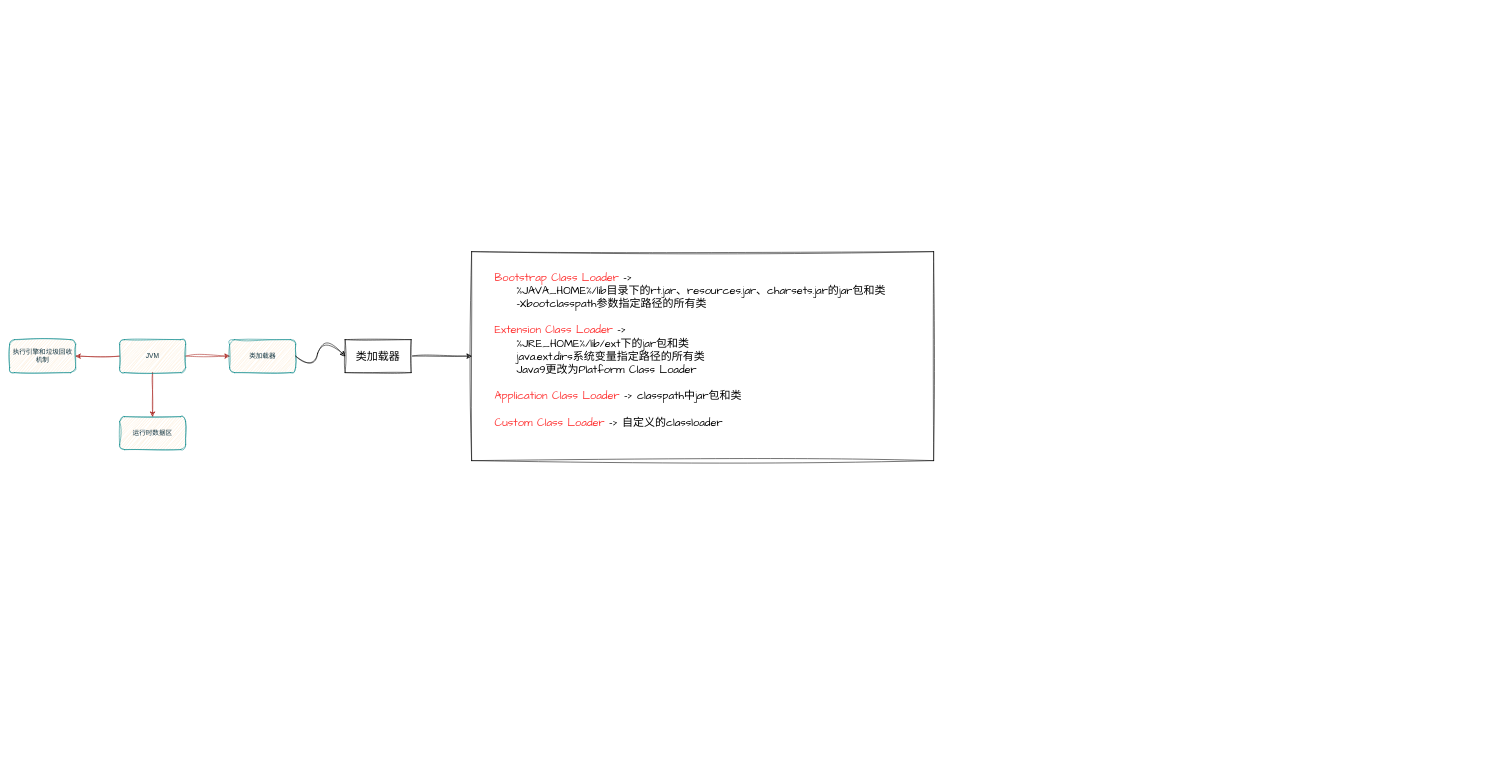
The draw.io diagram 10.JVM/JVM.drawio in 3anLouYouGu1/JavaReview, before the edit. Source tidied: cells renumbered, new cells numbered last; positions are measured from the earlier drawing's top-left corner, leaving out a move shared by most shapes. Both pictures are drawn from the tidied source at 55%, with x=0, y=0 at pixel (9, 251).
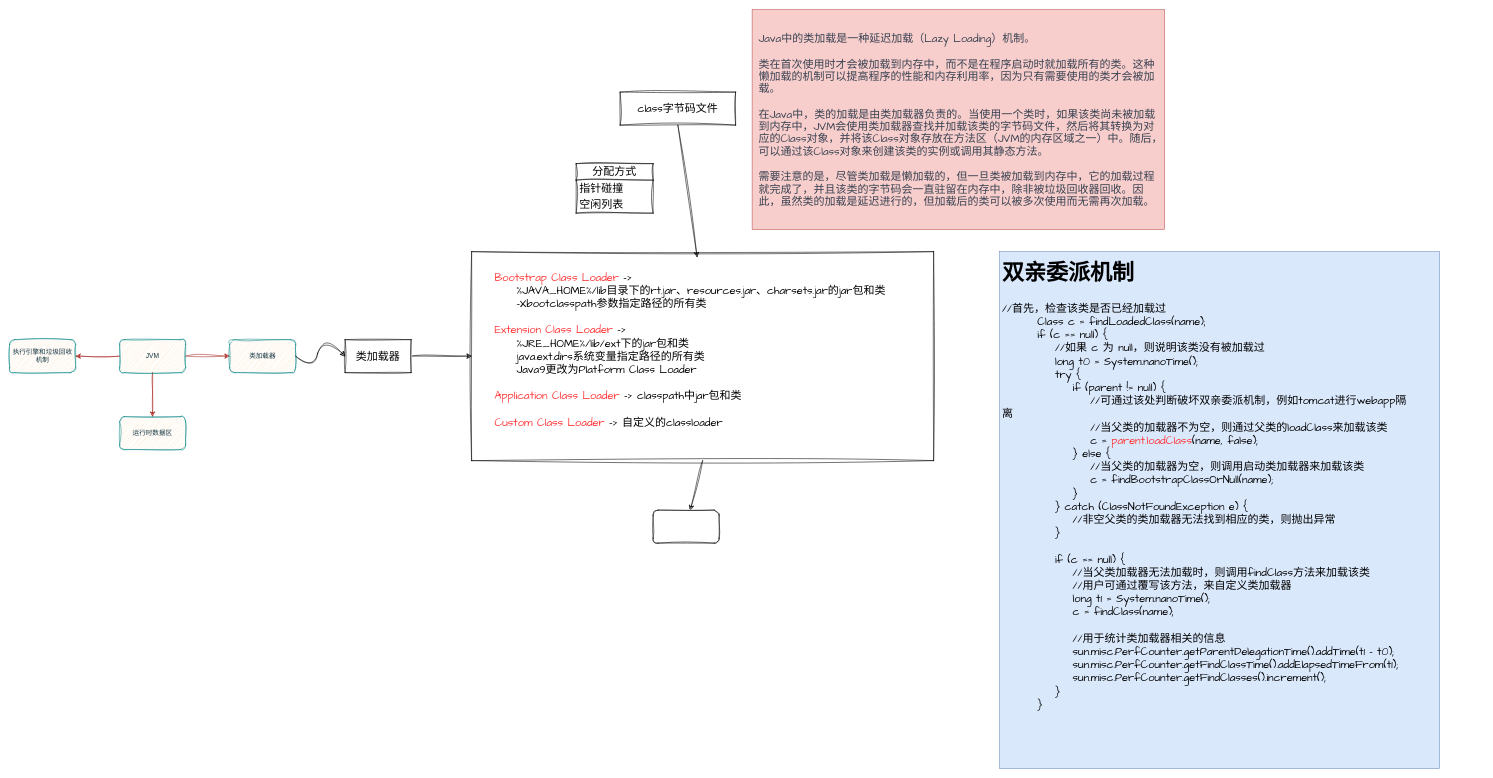
The same page after the edit.

Unchanged cells that the change refers to:
```xml
<mxCell id="12" value="&lt;blockquote style=&quot;margin: 0 0 0 40px; border: none; padding: 0px;&quot;&gt;&lt;font&gt;&lt;div style=&quot;&quot;&gt;&lt;span style=&quot;background-color: initial;&quot;&gt;&lt;font color=&quot;#ff3333&quot;&gt;Bootstrap Class Loader&lt;/font&gt; -&amp;gt;&amp;nbsp;&amp;nbsp;&lt;/span&gt;&lt;/div&gt;&lt;/font&gt;&lt;blockquote style=&quot;margin: 0 0 0 40px; border: none; padding: 0px;&quot;&gt;&lt;font&gt;&lt;div style=&quot;&quot;&gt;%JAVA_HOME%/lib目录下的rt.jar、resources.jar、charsets.jar的jar包和类&lt;/div&gt;&lt;/font&gt;&lt;/blockquote&gt;&lt;blockquote style=&quot;margin: 0 0 0 40px; border: none; padding: 0px;&quot;&gt;&lt;span style=&quot;background-color: initial;&quot;&gt;-Xbootclasspath参数指定路径的所有类&lt;/span&gt;&lt;/blockquote&gt;&lt;font&gt;&lt;div&gt;&lt;br&gt;&lt;/div&gt;&lt;/font&gt;&lt;font&gt;&lt;div&gt;&lt;font color=&quot;#ff3333&quot;&gt;Extension Class Loader &lt;/font&gt;-&amp;gt;&amp;nbsp;&lt;/div&gt;&lt;/font&gt;&lt;blockquote style=&quot;margin: 0 0 0 40px; border: none; padding: 0px;&quot;&gt;&lt;font&gt;&lt;div&gt;%JRE_HOME%/lib/ext下的jar包和类&lt;/div&gt;&lt;/font&gt;&lt;/blockquote&gt;&lt;blockquote style=&quot;margin: 0 0 0 40px; border: none; padding: 0px;&quot;&gt;&lt;font&gt;&lt;div&gt;java.ext.dirs系统变量指定路径的所有类&lt;/div&gt;&lt;/font&gt;&lt;/blockquote&gt;&lt;blockquote style=&quot;margin: 0 0 0 40px; border: none; padding: 0px;&quot;&gt;&lt;font&gt;&lt;div&gt;Java9更改为Platform Class Loader&lt;/div&gt;&lt;/font&gt;&lt;/blockquote&gt;&lt;font&gt;&lt;div&gt;&lt;br&gt;&lt;/div&gt;&lt;/font&gt;&lt;font&gt;&lt;div&gt;&lt;font color=&quot;#ff3333&quot;&gt;Application Class Loader &lt;/font&gt;-&amp;gt;&amp;nbsp;&lt;span style=&quot;background-color: initial;&quot;&gt;classpath中jar包和类&lt;/span&gt;&lt;/div&gt;&lt;/font&gt;&lt;font&gt;&lt;div&gt;&lt;br&gt;&lt;/div&gt;&lt;/font&gt;&lt;font&gt;&lt;div&gt;&lt;font color=&quot;#ff3333&quot;&gt;Custom Class Loader&lt;/font&gt; -&amp;gt; 自定义的classloader&lt;/div&gt;&lt;/font&gt;&lt;/blockquote&gt;&lt;font&gt;&lt;div&gt;&lt;br&gt;&lt;/div&gt;&lt;/font&gt;" style="whiteSpace=wrap;html=1;fontSize=20;fontFamily=Comic Sans MS;rounded=0;sketch=1;hachureGap=4;jiggle=2;curveFitting=1;align=left;" parent="1" vertex="1">
  <mxGeometry x="840" width="840" height="380" as="geometry" />
</mxCell>
```

Change to the diagram source:
```diff
@@
+    <mxCell id="13" value="class字节码文件" style="rounded=0;whiteSpace=wrap;html=1;sketch=1;hachureGap=4;jiggle=2;curveFitting=1;fontFamily=Comic Sans MS;fontSize=20;" parent="1" vertex="1">
+      <mxGeometry x="1110" y="-290" width="210" height="60" as="geometry" />
+    </mxCell>
+    <mxCell id="14" style="endArrow=classic;html=1;rounded=0;sketch=1;hachureGap=4;jiggle=2;curveFitting=1;fontFamily=Architects Daughter;fontSize=16;exitX=0.5;exitY=1;exitDx=0;exitDy=0;" parent="1" edge="1" source="13">
+      <mxGeometry relative="1" as="geometry">
+        <mxPoint x="1250" y="10" as="targetPoint" />
+      </mxGeometry>
+    </mxCell>
+    <mxCell id="15" value="&lt;p style=&quot;border: 0px solid rgb(217, 217, 227); box-sizing: border-box; --tw-border-spacing-x: 0; --tw-border-spacing-y: 0; --tw-translate-x: 0; --tw-translate-y: 0; --tw-rotate: 0; --tw-skew-x: 0; --tw-skew-y: 0; --tw-scale-x: 1; --tw-scale-y: 1; --tw-pan-x: ; --tw-pan-y: ; --tw-pinch-zoom: ; --tw-scroll-snap-strictness: proximity; --tw-gradient-from-position: ; --tw-gradient-via-position: ; --tw-gradient-to-position: ; --tw-ordinal: ; --tw-slashed-zero: ; --tw-numeric-figure: ; --tw-numeric-spacing: ; --tw-numeric-fraction: ; --tw-ring-inset: ; --tw-ring-offset-width: 0px; --tw-ring-offset-color: #fff; --tw-ring-color: rgba(69,89,164,.5); --tw-ring-offset-shadow: 0 0 transparent; --tw-ring-shadow: 0 0 transparent; --tw-shadow: 0 0 transparent; --tw-shadow-colored: 0 0 transparent; --tw-blur: ; --tw-brightness: ; --tw-contrast: ; --tw-grayscale: ; --tw-hue-rotate: ; --tw-invert: ; --tw-saturate: ; --tw-sepia: ; --tw-drop-shadow: ; --tw-backdrop-blur: ; --tw-backdrop-brightness: ; --tw-backdrop-contrast: ; --tw-backdrop-grayscale: ; --tw-backdrop-hue-rotate: ; --tw-backdrop-invert: ; --tw-backdrop-opacity: ; --tw-backdrop-saturate: ; --tw-backdrop-sepia: ; margin: 0px 0px 1.25em; color: rgb(55, 65, 81); line-height: 120%;&quot;&gt;&lt;font style=&quot;font-size: 20px;&quot; face=&quot;Comic Sans MS&quot;&gt;Java中的类加载是一种延迟加载（Lazy Loading）机制。&lt;/font&gt;&lt;/p&gt;&lt;p style=&quot;border: 0px solid rgb(217, 217, 227); box-sizing: border-box; --tw-border-spacing-x: 0; --tw-border-spacing-y: 0; --tw-translate-x: 0; --tw-translate-y: 0; --tw-rotate: 0; --tw-skew-x: 0; --tw-skew-y: 0; --tw-scale-x: 1; --tw-scale-y: 1; --tw-pan-x: ; --tw-pan-y: ; --tw-pinch-zoom: ; --tw-scroll-snap-strictness: proximity; --tw-gradient-from-position: ; --tw-gradient-via-position: ; --tw-gradient-to-position: ; --tw-ordinal: ; --tw-slashed-zero: ; --tw-numeric-figure: ; --tw-numeric-spacing: ; --tw-numeric-fraction: ; --tw-ring-inset: ; --tw-ring-offset-width: 0px; --tw-ring-offset-color: #fff; --tw-ring-color: rgba(69,89,164,.5); --tw-ring-offset-shadow: 0 0 transparent; --tw-ring-shadow: 0 0 transparent; --tw-shadow: 0 0 transparent; --tw-shadow-colored: 0 0 transparent; --tw-blur: ; --tw-brightness: ; --tw-contrast: ; --tw-grayscale: ; --tw-hue-rotate: ; --tw-invert: ; --tw-saturate: ; --tw-sepia: ; --tw-drop-shadow: ; --tw-backdrop-blur: ; --tw-backdrop-brightness: ; --tw-backdrop-contrast: ; --tw-backdrop-grayscale: ; --tw-backdrop-hue-rotate: ; --tw-backdrop-invert: ; --tw-backdrop-opacity: ; --tw-backdrop-saturate: ; --tw-backdrop-sepia: ; margin: 0px 0px 1.25em; color: rgb(55, 65, 81); line-height: 110%;&quot;&gt;&lt;font style=&quot;font-size: 20px;&quot;&gt;&lt;span style=&quot;font-family: &amp;quot;Comic Sans MS&amp;quot;;&quot;&gt;类在首次使用时才会被加载到内存中，而不是在程序启动时就加载所有的类。&lt;/span&gt;&lt;span style=&quot;font-family: &amp;quot;Comic Sans MS&amp;quot;;&quot;&gt;这种懒加载的机制可以提高程序的性能和内存利用率，因为只有需要使用的类才会被加载。&lt;/span&gt;&lt;/font&gt;&lt;/p&gt;&lt;p style=&quot;border: 0px solid rgb(217, 217, 227); box-sizing: border-box; --tw-border-spacing-x: 0; --tw-border-spacing-y: 0; --tw-translate-x: 0; --tw-translate-y: 0; --tw-rotate: 0; --tw-skew-x: 0; --tw-skew-y: 0; --tw-scale-x: 1; --tw-scale-y: 1; --tw-pan-x: ; --tw-pan-y: ; --tw-pinch-zoom: ; --tw-scroll-snap-strictness: proximity; --tw-gradient-from-position: ; --tw-gradient-via-position: ; --tw-gradient-to-position: ; --tw-ordinal: ; --tw-slashed-zero: ; --tw-numeric-figure: ; --tw-numeric-spacing: ; --tw-numeric-fraction: ; --tw-ring-inset: ; --tw-ring-offset-width: 0px; --tw-ring-offset-color: #fff; --tw-ring-color: rgba(69,89,164,.5); --tw-ring-offset-shadow: 0 0 transparent; --tw-ring-shadow: 0 0 transparent; --tw-shadow: 0 0 transparent; --tw-shadow-colored: 0 0 transparent; --tw-blur: ; --tw-brightness: ; --tw-contrast: ; --tw-grayscale: ; --tw-hue-rotate: ; --tw-invert: ; --tw-saturate: ; --tw-sepia: ; --tw-drop-shadow: ; --tw-backdrop-blur: ; --tw-backdrop-brightness: ; --tw-backdrop-contrast: ; --tw-backdrop-grayscale: ; --tw-backdrop-hue-rotate: ; --tw-backdrop-invert: ; --tw-backdrop-opacity: ; --tw-backdrop-saturate: ; --tw-backdrop-sepia: ; margin: 1.25em 0px; color: rgb(55, 65, 81); line-height: 110%;&quot;&gt;&lt;font style=&quot;font-size: 20px;&quot; face=&quot;Comic Sans MS&quot;&gt;在Java中，类的加载是由类加载器负责的。当使用一个类时，如果该类尚未被加载到内存中，JVM会使用类加载器查找并加载该类的字节码文件，然后将其转换为对应的Class对象，并将该Class对象存放在方法区（JVM的内存区域之一）中。随后，可以通过该Class对象来创建该类的实例或调用其静态方法。&lt;/font&gt;&lt;/p&gt;&lt;p style=&quot;border: 0px solid rgb(217, 217, 227); box-sizing: border-box; --tw-border-spacing-x: 0; --tw-border-spacing-y: 0; --tw-translate-x: 0; --tw-translate-y: 0; --tw-rotate: 0; --tw-skew-x: 0; --tw-skew-y: 0; --tw-scale-x: 1; --tw-scale-y: 1; --tw-pan-x: ; --tw-pan-y: ; --tw-pinch-zoom: ; --tw-scroll-snap-strictness: proximity; --tw-gradient-from-position: ; --tw-gradient-via-position: ; --tw-gradient-to-position: ; --tw-ordinal: ; --tw-slashed-zero: ; --tw-numeric-figure: ; --tw-numeric-spacing: ; --tw-numeric-fraction: ; --tw-ring-inset: ; --tw-ring-offset-width: 0px; --tw-ring-offset-color: #fff; --tw-ring-color: rgba(69,89,164,.5); --tw-ring-offset-shadow: 0 0 transparent; --tw-ring-shadow: 0 0 transparent; --tw-shadow: 0 0 transparent; --tw-shadow-colored: 0 0 transparent; --tw-blur: ; --tw-brightness: ; --tw-contrast: ; --tw-grayscale: ; --tw-hue-rotate: ; --tw-invert: ; --tw-saturate: ; --tw-sepia: ; --tw-drop-shadow: ; --tw-backdrop-blur: ; --tw-backdrop-brightness: ; --tw-backdrop-contrast: ; --tw-backdrop-grayscale: ; --tw-backdrop-hue-rotate: ; --tw-backdrop-invert: ; --tw-backdrop-opacity: ; --tw-backdrop-saturate: ; --tw-backdrop-sepia: ; margin: 1.25em 0px 0px; color: rgb(55, 65, 81); line-height: 110%;&quot;&gt;&lt;font style=&quot;font-size: 20px;&quot; face=&quot;Comic Sans MS&quot;&gt;需要注意的是，尽管类加载是懒加载的，但一旦类被加载到内存中，它的加载过程就完成了，并且该类的字节码会一直驻留在内存中，除非被垃圾回收器回收。因此，虽然类的加载是延迟进行的，但加载后的类可以被多次使用而无需再次加载。&lt;/font&gt;&lt;/p&gt;" style="text;html=1;strokeColor=#b85450;fillColor=#f8cecc;align=left;verticalAlign=middle;whiteSpace=wrap;rounded=0;fontSize=20;fontFamily=Architects Daughter;spacingLeft=10;" parent="1" vertex="1">
+      <mxGeometry x="1350" y="-440" width="750" height="400" as="geometry" />
+    </mxCell>
+    <mxCell id="16" style="endArrow=classic;html=1;rounded=0;sketch=1;hachureGap=4;jiggle=2;curveFitting=1;fontFamily=Architects Daughter;fontSize=16;exitX=0.5;exitY=1;exitDx=0;exitDy=0;" parent="1" edge="1" source="12" target="17">
+      <mxGeometry relative="1" as="geometry" />
+    </mxCell>
+    <mxCell id="17" style="rounded=1;whiteSpace=wrap;html=1;sketch=1;hachureGap=4;jiggle=2;curveFitting=1;fontFamily=Architects Daughter;fontSize=20;" parent="1" vertex="1">
+      <mxGeometry x="1170" y="470" width="120" height="60" as="geometry" />
+    </mxCell>
+    <mxCell id="18" value="&lt;div style=&quot;text-align: justify;&quot;&gt;&lt;br&gt;&lt;/div&gt;" style="text;html=1;strokeColor=none;fillColor=none;align=center;verticalAlign=middle;whiteSpace=wrap;rounded=0;fontSize=20;fontFamily=Architects Daughter;" parent="1" vertex="1">
+      <mxGeometry x="1690" y="114" width="990" height="820" as="geometry" />
+    </mxCell>
+    <mxCell id="19" value="&lt;h1&gt;双亲委派机制&lt;/h1&gt;&lt;div style=&quot;border-color: var(--border-color);&quot;&gt;&lt;font style=&quot;border-color: var(--border-color);&quot; face=&quot;Comic Sans MS&quot;&gt;//首先，检查该类是否已经加载过&lt;/font&gt;&lt;/div&gt;&lt;div style=&quot;border-color: var(--border-color);&quot;&gt;&lt;font style=&quot;border-color: var(--border-color);&quot; face=&quot;Comic Sans MS&quot;&gt;&amp;nbsp; &amp;nbsp; &amp;nbsp; &amp;nbsp; Class c = findLoadedClass(name);&lt;/font&gt;&lt;/div&gt;&lt;div style=&quot;border-color: var(--border-color);&quot;&gt;&lt;font style=&quot;border-color: var(--border-color);&quot; face=&quot;Comic Sans MS&quot;&gt;&amp;nbsp; &amp;nbsp; &amp;nbsp; &amp;nbsp; if (c == null) {&lt;/font&gt;&lt;/div&gt;&lt;div style=&quot;border-color: var(--border-color);&quot;&gt;&lt;font style=&quot;border-color: var(--border-color);&quot; face=&quot;Comic Sans MS&quot;&gt;&amp;nbsp; &amp;nbsp; &amp;nbsp; &amp;nbsp; &amp;nbsp; &amp;nbsp; //如果 c 为 null，则说明该类没有被加载过&lt;/font&gt;&lt;/div&gt;&lt;div style=&quot;border-color: var(--border-color);&quot;&gt;&lt;font style=&quot;border-color: var(--border-color);&quot; face=&quot;Comic Sans MS&quot;&gt;&amp;nbsp; &amp;nbsp; &amp;nbsp; &amp;nbsp; &amp;nbsp; &amp;nbsp; long t0 = System.nanoTime();&lt;/font&gt;&lt;/div&gt;&lt;div style=&quot;border-color: var(--border-color);&quot;&gt;&lt;font style=&quot;border-color: var(--border-color);&quot; face=&quot;Comic Sans MS&quot;&gt;&amp;nbsp; &amp;nbsp; &amp;nbsp; &amp;nbsp; &amp;nbsp; &amp;nbsp; try {&lt;/font&gt;&lt;/div&gt;&lt;div style=&quot;border-color: var(--border-color);&quot;&gt;&lt;font style=&quot;border-color: var(--border-color);&quot; face=&quot;Comic Sans MS&quot;&gt;&amp;nbsp; &amp;nbsp; &amp;nbsp; &amp;nbsp; &amp;nbsp; &amp;nbsp; &amp;nbsp; &amp;nbsp; if (parent != null) {&lt;/font&gt;&lt;/div&gt;&lt;div style=&quot;border-color: var(--border-color);&quot;&gt;&lt;font style=&quot;border-color: var(--border-color);&quot; face=&quot;Comic Sans MS&quot;&gt;&amp;nbsp; &amp;nbsp; &amp;nbsp; &amp;nbsp; &amp;nbsp; &amp;nbsp; &amp;nbsp; &amp;nbsp; &amp;nbsp; &amp;nbsp; //可通过该处判断破坏双亲委派机制，例如tomcat进行webapp隔离&lt;/font&gt;&lt;span style=&quot;font-family: &amp;quot;Comic Sans MS&amp;quot;; background-color: initial;&quot;&gt;&lt;span style=&quot;white-space: pre;&quot;&gt;&amp;nbsp;&amp;nbsp;&amp;nbsp;&amp;nbsp;&lt;/span&gt;&lt;/span&gt;&lt;span style=&quot;font-family: &amp;quot;Comic Sans MS&amp;quot;; background-color: initial;&quot;&gt;&lt;span style=&quot;white-space: pre;&quot;&gt;&amp;nbsp;&amp;nbsp;&amp;nbsp;&amp;nbsp;&lt;/span&gt;&lt;/span&gt;&lt;/div&gt;&lt;div style=&quot;border-color: var(--border-color);&quot;&gt;&lt;font style=&quot;border-color: var(--border-color);&quot; face=&quot;Comic Sans MS&quot;&gt;&amp;nbsp; &amp;nbsp; &amp;nbsp; &amp;nbsp; &amp;nbsp; &amp;nbsp; &amp;nbsp; &amp;nbsp; &amp;nbsp; &amp;nbsp; //当父类的加载器不为空，则通过父类的loadClass来加载该类&lt;/font&gt;&lt;/div&gt;&lt;div style=&quot;border-color: var(--border-color);&quot;&gt;&lt;font style=&quot;border-color: var(--border-color);&quot; face=&quot;Comic Sans MS&quot;&gt;&amp;nbsp; &amp;nbsp; &amp;nbsp; &amp;nbsp; &amp;nbsp; &amp;nbsp; &amp;nbsp; &amp;nbsp; &amp;nbsp; &amp;nbsp; c = &lt;font color=&quot;#ff3333&quot;&gt;parent.loadClass&lt;/font&gt;(name, false);&lt;/font&gt;&lt;/div&gt;&lt;div style=&quot;border-color: var(--border-color);&quot;&gt;&lt;font style=&quot;border-color: var(--border-color);&quot; face=&quot;Comic Sans MS&quot;&gt;&amp;nbsp; &amp;nbsp; &amp;nbsp; &amp;nbsp; &amp;nbsp; &amp;nbsp; &amp;nbsp; &amp;nbsp; } else {&lt;/font&gt;&lt;/div&gt;&lt;div style=&quot;border-color: var(--border-color);&quot;&gt;&lt;font style=&quot;border-color: var(--border-color);&quot; face=&quot;Comic Sans MS&quot;&gt;&amp;nbsp; &amp;nbsp; &amp;nbsp; &amp;nbsp; &amp;nbsp; &amp;nbsp; &amp;nbsp; &amp;nbsp; &amp;nbsp; &amp;nbsp; //当父类的加载器为空，则调用启动类加载器来加载该类&lt;/font&gt;&lt;/div&gt;&lt;div style=&quot;border-color: var(--border-color);&quot;&gt;&lt;font style=&quot;border-color: var(--border-color);&quot; face=&quot;Comic Sans MS&quot;&gt;&amp;nbsp; &amp;nbsp; &amp;nbsp; &amp;nbsp; &amp;nbsp; &amp;nbsp; &amp;nbsp; &amp;nbsp; &amp;nbsp; &amp;nbsp; c = findBootstrapClassOrNull(name);&lt;/font&gt;&lt;/div&gt;&lt;div style=&quot;border-color: var(--border-color);&quot;&gt;&lt;font style=&quot;border-color: var(--border-color);&quot; face=&quot;Comic Sans MS&quot;&gt;&amp;nbsp; &amp;nbsp; &amp;nbsp; &amp;nbsp; &amp;nbsp; &amp;nbsp; &amp;nbsp; &amp;nbsp; }&lt;/font&gt;&lt;/div&gt;&lt;div style=&quot;border-color: var(--border-color);&quot;&gt;&lt;font style=&quot;border-color: var(--border-color);&quot; face=&quot;Comic Sans MS&quot;&gt;&amp;nbsp; &amp;nbsp; &amp;nbsp; &amp;nbsp; &amp;nbsp; &amp;nbsp; } catch (ClassNotFoundException e) {&lt;/font&gt;&lt;/div&gt;&lt;div style=&quot;border-color: var(--border-color);&quot;&gt;&lt;font style=&quot;border-color: var(--border-color);&quot; face=&quot;Comic Sans MS&quot;&gt;&amp;nbsp; &amp;nbsp; &amp;nbsp; &amp;nbsp; &amp;nbsp; &amp;nbsp; &amp;nbsp; &amp;nbsp; //非空父类的类加载器无法找到相应的类，则抛出异常&lt;/font&gt;&lt;/div&gt;&lt;div style=&quot;border-color: var(--border-color);&quot;&gt;&lt;font style=&quot;border-color: var(--border-color);&quot; face=&quot;Comic Sans MS&quot;&gt;&amp;nbsp; &amp;nbsp; &amp;nbsp; &amp;nbsp; &amp;nbsp; &amp;nbsp; }&lt;/font&gt;&lt;/div&gt;&lt;div style=&quot;border-color: var(--border-color);&quot;&gt;&lt;font style=&quot;border-color: var(--border-color);&quot; face=&quot;Comic Sans MS&quot;&gt;&lt;br style=&quot;border-color: var(--border-color);&quot;&gt;&lt;/font&gt;&lt;/div&gt;&lt;div style=&quot;border-color: var(--border-color);&quot;&gt;&lt;font style=&quot;border-color: var(--border-color);&quot; face=&quot;Comic Sans MS&quot;&gt;&amp;nbsp; &amp;nbsp; &amp;nbsp; &amp;nbsp; &amp;nbsp; &amp;nbsp; if (c == null) {&lt;/font&gt;&lt;/div&gt;&lt;div style=&quot;border-color: var(--border-color);&quot;&gt;&lt;font style=&quot;border-color: var(--border-color);&quot; face=&quot;Comic Sans MS&quot;&gt;&amp;nbsp; &amp;nbsp; &amp;nbsp; &amp;nbsp; &amp;nbsp; &amp;nbsp; &amp;nbsp; &amp;nbsp; //当父类加载器无法加载时，则调用findClass方法来加载该类&lt;/font&gt;&lt;/div&gt;&lt;div style=&quot;border-color: var(--border-color);&quot;&gt;&lt;font style=&quot;border-color: var(--border-color);&quot; face=&quot;Comic Sans MS&quot;&gt;&amp;nbsp; &amp;nbsp; &amp;nbsp; &amp;nbsp; &amp;nbsp; &amp;nbsp; &amp;nbsp; &amp;nbsp; //用户可通过覆写该方法，来自定义类加载器&lt;/font&gt;&lt;/div&gt;&lt;div style=&quot;border-color: var(--border-color);&quot;&gt;&lt;font style=&quot;border-color: var(--border-color);&quot; face=&quot;Comic Sans MS&quot;&gt;&amp;nbsp; &amp;nbsp; &amp;nbsp; &amp;nbsp; &amp;nbsp; &amp;nbsp; &amp;nbsp; &amp;nbsp; long t1 = System.nanoTime();&lt;/font&gt;&lt;/div&gt;&lt;div style=&quot;border-color: var(--border-color);&quot;&gt;&lt;font style=&quot;border-color: var(--border-color);&quot; face=&quot;Comic Sans MS&quot;&gt;&amp;nbsp; &amp;nbsp; &amp;nbsp; &amp;nbsp; &amp;nbsp; &amp;nbsp; &amp;nbsp; &amp;nbsp; c = findClass(name);&lt;/font&gt;&lt;/div&gt;&lt;div style=&quot;border-color: var(--border-color);&quot;&gt;&lt;font style=&quot;border-color: var(--border-color);&quot; face=&quot;Comic Sans MS&quot;&gt;&lt;br style=&quot;border-color: var(--border-color);&quot;&gt;&lt;/font&gt;&lt;/div&gt;&lt;div style=&quot;border-color: var(--border-color);&quot;&gt;&lt;font style=&quot;border-color: var(--border-color);&quot; face=&quot;Comic Sans MS&quot;&gt;&amp;nbsp; &amp;nbsp; &amp;nbsp; &amp;nbsp; &amp;nbsp; &amp;nbsp; &amp;nbsp; &amp;nbsp; //用于统计类加载器相关的信息&lt;/font&gt;&lt;/div&gt;&lt;div style=&quot;border-color: var(--border-color);&quot;&gt;&lt;font style=&quot;border-color: var(--border-color);&quot; face=&quot;Comic Sans MS&quot;&gt;&amp;nbsp; &amp;nbsp; &amp;nbsp; &amp;nbsp; &amp;nbsp; &amp;nbsp; &amp;nbsp; &amp;nbsp; sun.misc.PerfCounter.getParentDelegationTime().addTime(t1 - t0);&lt;/font&gt;&lt;/div&gt;&lt;div style=&quot;border-color: var(--border-color);&quot;&gt;&lt;font style=&quot;border-color: var(--border-color);&quot; face=&quot;Comic Sans MS&quot;&gt;&amp;nbsp; &amp;nbsp; &amp;nbsp; &amp;nbsp; &amp;nbsp; &amp;nbsp; &amp;nbsp; &amp;nbsp; sun.misc.PerfCounter.getFindClassTime().addElapsedTimeFrom(t1);&lt;/font&gt;&lt;/div&gt;&lt;div style=&quot;border-color: var(--border-color);&quot;&gt;&lt;font style=&quot;border-color: var(--border-color);&quot; face=&quot;Comic Sans MS&quot;&gt;&amp;nbsp; &amp;nbsp; &amp;nbsp; &amp;nbsp; &amp;nbsp; &amp;nbsp; &amp;nbsp; &amp;nbsp; sun.misc.PerfCounter.getFindClasses().increment();&lt;/font&gt;&lt;/div&gt;&lt;div style=&quot;border-color: var(--border-color);&quot;&gt;&lt;font style=&quot;border-color: var(--border-color);&quot; face=&quot;Comic Sans MS&quot;&gt;&amp;nbsp; &amp;nbsp; &amp;nbsp; &amp;nbsp; &amp;nbsp; &amp;nbsp; }&lt;/font&gt;&lt;/div&gt;&lt;div style=&quot;border-color: var(--border-color);&quot;&gt;&lt;font style=&quot;border-color: var(--border-color);&quot; face=&quot;Comic Sans MS&quot;&gt;&amp;nbsp; &amp;nbsp; &amp;nbsp; &amp;nbsp; }&lt;/font&gt;&lt;/div&gt;" style="text;html=1;strokeColor=#6c8ebf;fillColor=#dae8fc;spacing=5;spacingTop=-20;whiteSpace=wrap;overflow=hidden;rounded=0;fontSize=20;fontFamily=Architects Daughter;align=left;" parent="1" vertex="1">
+      <mxGeometry x="1800" width="800" height="940" as="geometry" />
+    </mxCell>
+    <mxCell id="20" value="分配方式" style="swimlane;fontStyle=0;horizontal=1;startSize=30;whiteSpace=wrap;html=1;sketch=1;hachureGap=4;jiggle=2;curveFitting=1;fontFamily=Architects Daughter;fontSize=20;" parent="1" vertex="1">
+      <mxGeometry x="1030" y="-160" width="140" height="90" as="geometry" />
+    </mxCell>
+    <mxCell id="21" value="指针碰撞" style="text;strokeColor=none;fillColor=none;align=left;verticalAlign=middle;spacingLeft=4;spacingRight=4;overflow=hidden;whiteSpace=wrap;html=1;fontSize=20;fontFamily=Architects Daughter;" parent="20" vertex="1">
+      <mxGeometry y="30" width="140" height="30" as="geometry" />
+    </mxCell>
+    <mxCell id="22" value="空闲列表" style="text;strokeColor=none;fillColor=none;align=left;verticalAlign=middle;spacingLeft=4;spacingRight=4;overflow=hidden;whiteSpace=wrap;html=1;fontSize=20;fontFamily=Architects Daughter;" parent="20" vertex="1">
+      <mxGeometry y="60" width="140" height="30" as="geometry" />
+    </mxCell>
```
